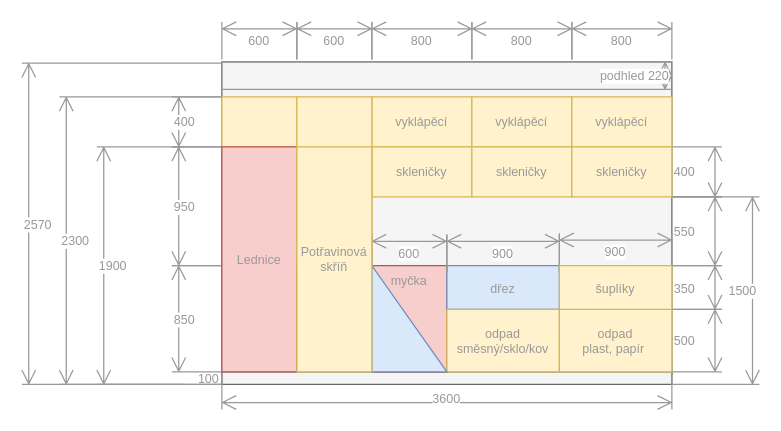
Earlier version of the draw.io diagram docs/src/static/drawings/kitchen.wall-watter.drawio (surquest/flat-renovation). Source tidied: cells renumbered, new cells numbered last; positions are measured from the earlier drawing's top-left corner, leaving out a move shared by most shapes. Both pictures are drawn from the tidied source at 125%, with x=0, y=0 at pixel (21, 21).
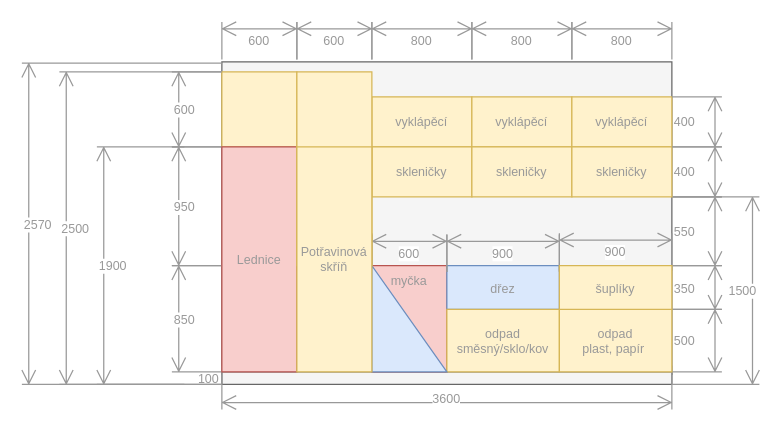
The same page after the edit.

Diff of the diagram source:
```diff
@@
-    <mxCell id="15" value="400" style="shape=dimension;direction=south;whiteSpace=wrap;html=1;align=left;verticalAlign=middle;labelBackgroundColor=#ffffff;strokeColor=#999999;fontSize=10;fontColor=#999999;" parent="1" vertex="1">
-      <mxGeometry x="120" y="60" width="40" height="40" as="geometry" />
+    <mxCell id="15" value="600" style="shape=dimension;direction=south;whiteSpace=wrap;html=1;align=left;verticalAlign=middle;labelBackgroundColor=#ffffff;strokeColor=#999999;fontSize=10;fontColor=#999999;" parent="1" vertex="1">
+      <mxGeometry x="120" y="40" width="40" height="60" as="geometry" />
     </mxCell>
@@
     <mxCell id="20" style="rounded=0;whiteSpace=wrap;html=1;fillColor=#fff2cc;strokeColor=#d6b656;fontSize=10;fontColor=#999999;" parent="1" vertex="1">
-      <mxGeometry x="160" y="60" width="60" height="40" as="geometry" />
+      <mxGeometry x="160" y="40" width="60" height="60" as="geometry" />
     </mxCell>
@@
     <mxCell id="30" style="rounded=0;whiteSpace=wrap;html=1;fillColor=#fff2cc;strokeColor=#d6b656;fontSize=10;fontColor=#999999;" parent="1" vertex="1">
-      <mxGeometry x="220" y="60" width="60" height="135" as="geometry" />
+      <mxGeometry x="220" y="40" width="60" height="155" as="geometry" />
     </mxCell>
@@
-    <mxCell id="41" value="podhled 220" style="shape=dimension;direction=north;whiteSpace=wrap;html=1;align=right;verticalAlign=middle;labelBackgroundColor=#ffffff;strokeColor=#999999;fontSize=10;fontColor=#999999;" parent="1" vertex="1">
-      <mxGeometry x="160" y="32" width="360" height="22" as="geometry" />
-    </mxCell>
-    <mxCell id="42" value="2300" style="shape=dimension;direction=south;whiteSpace=wrap;html=1;align=left;verticalAlign=middle;labelBackgroundColor=#ffffff;strokeColor=#999999;fontSize=10;fontColor=#999999;" parent="1" vertex="1">
-      <mxGeometry x="30" y="60" width="130" height="230" as="geometry" />
+    <mxCell id="42" value="2500" style="shape=dimension;direction=south;whiteSpace=wrap;html=1;align=left;verticalAlign=middle;labelBackgroundColor=#ffffff;strokeColor=#999999;fontSize=10;fontColor=#999999;" parent="1" vertex="1">
+      <mxGeometry x="30" y="40" width="130" height="250" as="geometry" />
     </mxCell>
+    <mxCell id="43" value="400" style="shape=dimension;direction=south;whiteSpace=wrap;html=1;align=left;verticalAlign=middle;labelBackgroundColor=#ffffff;strokeColor=#999999;flipV=1;flipH=1;fontSize=10;fontColor=#999999;" parent="1" vertex="1">
+      <mxGeometry x="520" y="60" width="40" height="40" as="geometry" />
+    </mxCell>
```
